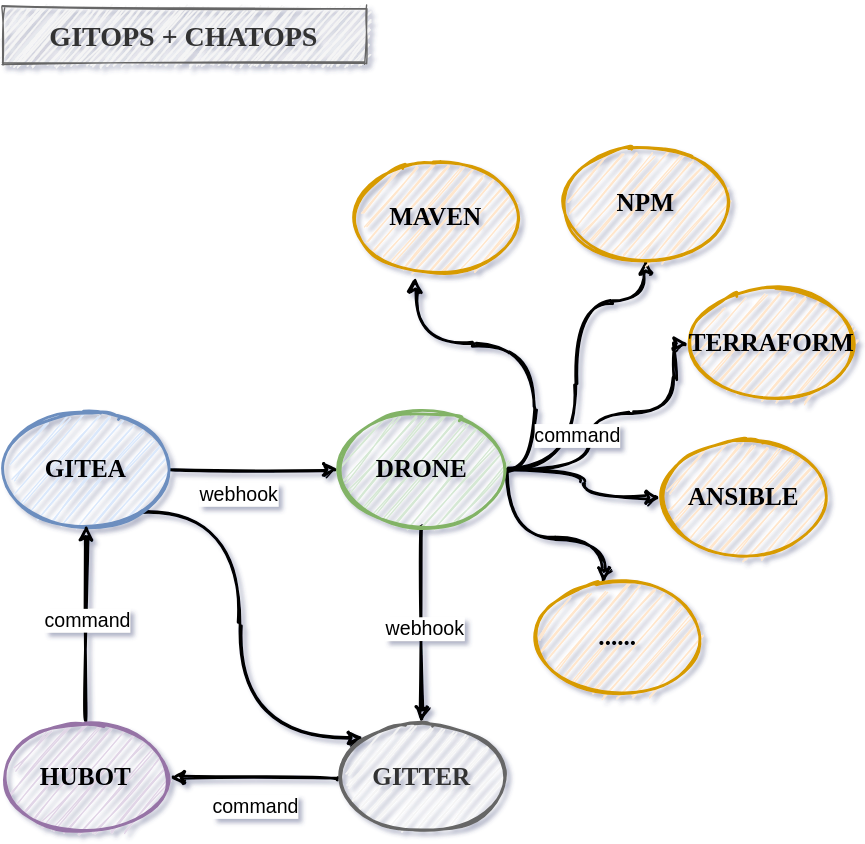
Before: img/gitops+chatops-2.svg, a diagram exported from draw.io (zhoukuo/blog). Source tidied: cells renumbered, new cells last; positions are measured from the earlier drawing's top-left corner, leaving out a move shared by most shapes.
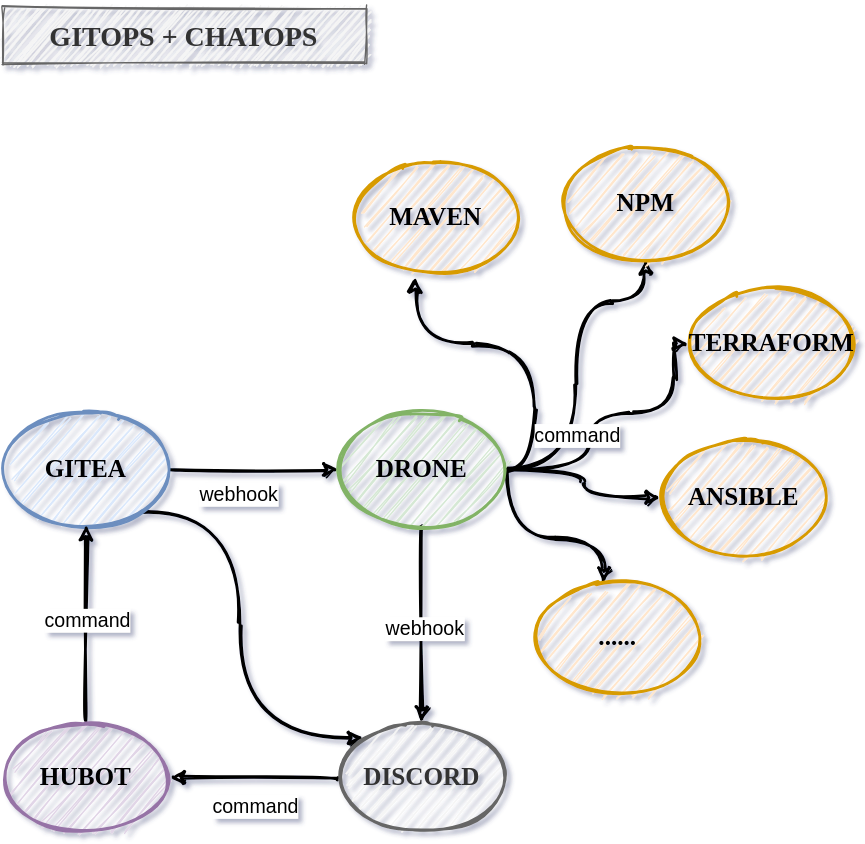
The same file after the commit.

Change to the diagram source:
```diff
@@ -71,7 +71,7 @@
         <mxPoint x="-17" y="20" as="offset" />
       </mxGeometry>
     </mxCell>
-    <mxCell id="16" value="&lt;h2&gt;&lt;font face=&quot;Comic Sans MS&quot;&gt;GITTER&lt;/font&gt;&lt;/h2&gt;" style="ellipse;whiteSpace=wrap;html=1;sketch=1;strokeWidth=2;fillColor=#f5f5f5;strokeColor=#666666;fontColor=#333333;" parent="1" vertex="1">
+    <mxCell id="16" value="&lt;h2&gt;&lt;font face=&quot;Comic Sans MS&quot;&gt;DISCORD&lt;/font&gt;&lt;/h2&gt;" style="ellipse;whiteSpace=wrap;html=1;sketch=1;strokeWidth=2;fillColor=#f5f5f5;strokeColor=#666666;fontColor=#333333;" parent="1" vertex="1">
       <mxGeometry x="240" y="510" width="120" height="80" as="geometry" />
     </mxCell>
     <mxCell id="17" style="edgeStyle=orthogonalEdgeStyle;curved=1;jettySize=auto;html=1;exitX=0.5;exitY=0;exitDx=0;exitDy=0;entryX=0.5;entryY=1;entryDx=0;entryDy=0;strokeWidth=2;sketch=1;" parent="1" edge="1" source="19" target="5">
```
